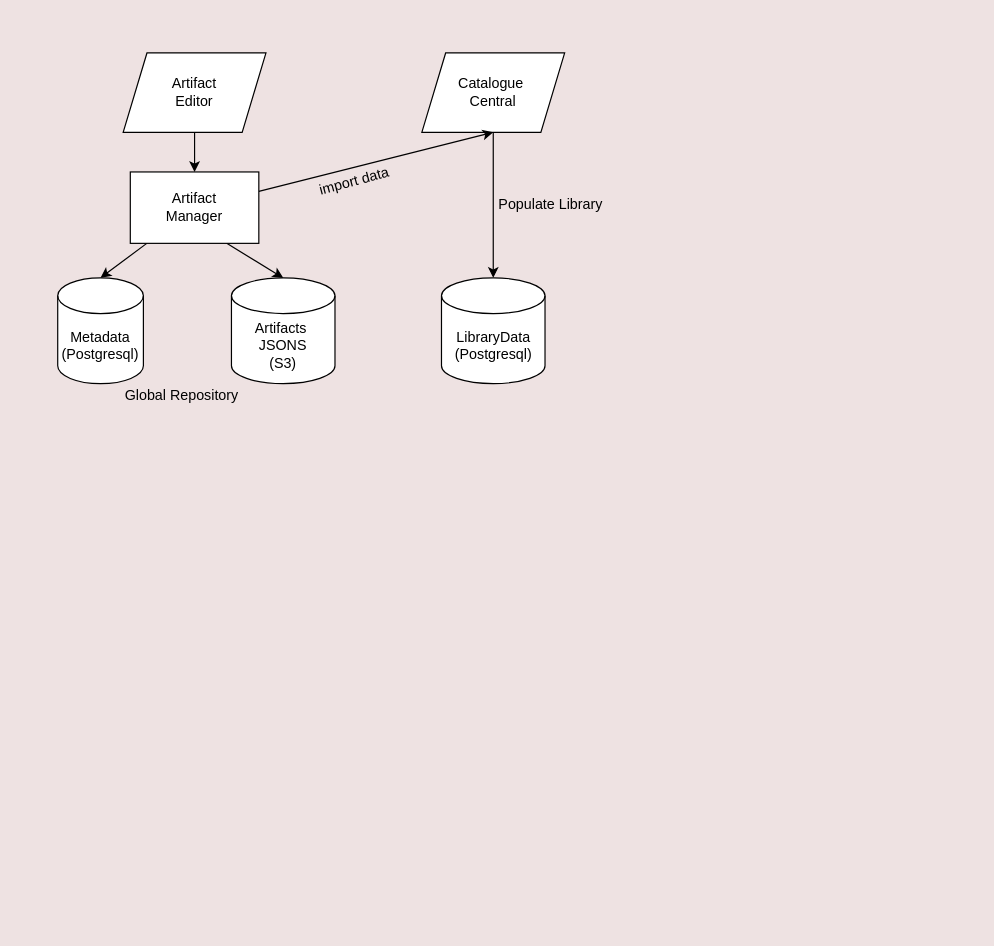
Above: page "Catalogue Central" (7 of 7) of LayeredArchitecture.drawio in ptrsoft/ptr-architectures-doc (draw.io), before the change. Source tidied: cells renumbered, new cells numbered last; positions are measured from the earlier drawing's top-left corner, leaving out a move shared by most shapes. Both pictures are drawn from the tidied source at 119%, with x=0, y=0 at pixel (57, 52).
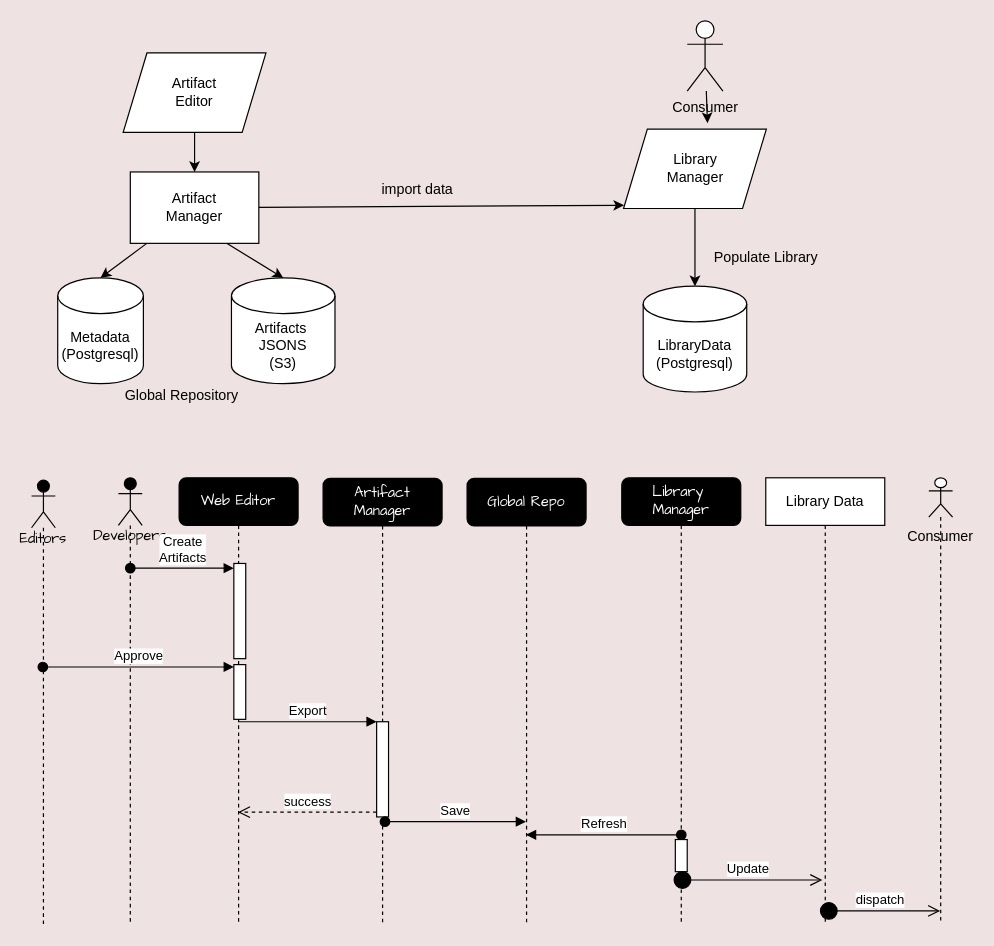
The same diagram, later.

The change refers to these unchanged cells:
```xml
<mxCell id="12" value="Artifact&lt;br&gt;Manager" style="whiteSpace=wrap;html=1;" parent="1" vertex="1">
  <mxGeometry x="61" y="100" width="108" height="60" as="geometry" />
</mxCell>
```

The edit, as a diff of the source:
```diff
@@
-    <mxCell id="4" value="Catalogue&amp;nbsp;&lt;br&gt;Central" style="shape=parallelogram;perimeter=parallelogramPerimeter;whiteSpace=wrap;html=1;fixedSize=1;" parent="1" vertex="1">
-      <mxGeometry x="306" width="120" height="66.7" as="geometry" />
+    <mxCell id="4" value="Library&lt;br&gt;Manager" style="shape=parallelogram;perimeter=parallelogramPerimeter;whiteSpace=wrap;html=1;fixedSize=1;" parent="1" vertex="1">
+      <mxGeometry x="475.5" y="64" width="120" height="66.7" as="geometry" />
     </mxCell>
@@
-    <mxCell id="8" value="import data" style="text;strokeColor=none;align=center;fillColor=none;html=1;verticalAlign=middle;whiteSpace=wrap;rounded=0;rotation=-15;" parent="1" vertex="1">
-      <mxGeometry x="195" y="93" width="109" height="30" as="geometry" />
+    <mxCell id="8" value="import data" style="text;strokeColor=none;align=center;fillColor=none;html=1;verticalAlign=middle;whiteSpace=wrap;rounded=0;rotation=0;" parent="1" vertex="1">
+      <mxGeometry x="248" y="100" width="109" height="30" as="geometry" />
     </mxCell>
@@
-    <mxCell id="11" style="edgeStyle=none;html=1;entryX=0.5;entryY=1;entryDx=0;entryDy=0;" parent="1" edge="1" source="12" target="4">
+    <mxCell id="11" style="edgeStyle=none;html=1;entryX=0.004;entryY=0.96;entryDx=0;entryDy=0;entryPerimeter=0;" parent="1" edge="1" source="12" target="4">
       <mxGeometry relative="1" as="geometry" />
     </mxCell>
@@
     <mxCell id="13" value="LibraryData&lt;br&gt;(Postgresql)" style="shape=cylinder3;whiteSpace=wrap;html=1;boundedLbl=1;backgroundOutline=1;size=15;" parent="1" vertex="1">
-      <mxGeometry x="322.5" y="189" width="87" height="88.9" as="geometry" />
+      <mxGeometry x="492" y="196" width="87" height="88.9" as="geometry" />
     </mxCell>
     <mxCell id="14" value="Populate Library" style="text;strokeColor=none;align=center;fillColor=none;html=1;verticalAlign=middle;whiteSpace=wrap;rounded=0;rotation=0;" parent="1" vertex="1">
-      <mxGeometry x="360" y="113" width="109" height="30" as="geometry" />
+      <mxGeometry x="541" y="157" width="109" height="30" as="geometry" />
     </mxCell>
@@
+    <mxCell id="16" style="group;" parent="1" vertex="1">
+      <mxGeometry x="-22" y="357" width="774" height="376" as="geometry" />
+    </mxCell>
+    <mxCell id="17" value="Developers" style="shape=umlLifeline;participant=umlActor;perimeter=lifelinePerimeter;whiteSpace=wrap;html=1;verticalAlign=top;spacingTop=36;outlineConnect=0;rounded=1;shadow=0;glass=0;sketch=0;fillStyle=solid;strokeColor=#000000;strokeWidth=1;fontFamily=Comic Sans MS;fontColor=#000000;fillColor=#000000;gradientColor=none;" parent="16" vertex="1">
+      <mxGeometry x="73" width="20" height="374" as="geometry" />
+    </mxCell>
+    <mxCell id="18" value="&lt;font color=&quot;#ffffff&quot;&gt;Web Editor&lt;/font&gt;" style="shape=umlLifeline;perimeter=lifelinePerimeter;whiteSpace=wrap;html=1;outlineConnect=0;rounded=1;shadow=0;glass=0;sketch=0;fillStyle=solid;strokeColor=#000000;strokeWidth=1;fontFamily=Comic Sans MS;fontColor=#000000;fillColor=#000000;gradientColor=none;" parent="16" vertex="1">
+      <mxGeometry x="124" width="100" height="373" as="geometry" />
+    </mxCell>
+    <mxCell id="19" style="html=1;points=[];perimeter=orthogonalPerimeter;" parent="18" vertex="1">
+      <mxGeometry x="46" y="72" width="10" height="80" as="geometry" />
+    </mxCell>
+    <mxCell id="20" style="html=1;points=[];perimeter=orthogonalPerimeter;" parent="18" vertex="1">
+      <mxGeometry x="46" y="157" width="10" height="46" as="geometry" />
+    </mxCell>
+    <mxCell id="21" value="Editors" style="shape=umlLifeline;participant=umlActor;perimeter=lifelinePerimeter;whiteSpace=wrap;html=1;verticalAlign=top;spacingTop=36;outlineConnect=0;rounded=1;shadow=0;glass=0;sketch=0;fillStyle=solid;strokeColor=#000000;strokeWidth=1;fontFamily=Comic Sans MS;fontColor=#000000;fillColor=#000000;gradientColor=none;" parent="16" vertex="1">
+      <mxGeometry y="2" width="20" height="374" as="geometry" />
+    </mxCell>
+    <mxCell id="22" value="&lt;font color=&quot;#ffffff&quot;&gt;Artifact Manager&lt;/font&gt;" style="shape=umlLifeline;perimeter=lifelinePerimeter;whiteSpace=wrap;html=1;rounded=1;shadow=0;glass=0;sketch=0;fillStyle=solid;strokeColor=#000000;strokeWidth=1;fontFamily=Comic Sans MS;fontColor=#000000;fillColor=#000000;gradientColor=none;" parent="16" vertex="1">
+      <mxGeometry x="245" y="0.5" width="100" height="373" as="geometry" />
+    </mxCell>
+    <mxCell id="23" style="html=1;points=[];perimeter=orthogonalPerimeter;" parent="22" vertex="1">
+      <mxGeometry x="45" y="204.5" width="10" height="80" as="geometry" />
+    </mxCell>
+    <mxCell id="24" value="Save" style="html=1;verticalAlign=bottom;startArrow=oval;startFill=1;endArrow=block;startSize=8;" parent="22" edge="1" target="25">
+      <mxGeometry relative="1" as="geometry">
+        <mxPoint x="52" y="288.5" as="sourcePoint" />
+      </mxGeometry>
+    </mxCell>
+    <mxCell id="25" value="&lt;font color=&quot;#ffffff&quot;&gt;Global Repo&lt;/font&gt;" style="shape=umlLifeline;perimeter=lifelinePerimeter;whiteSpace=wrap;html=1;outlineConnect=0;rounded=1;shadow=0;glass=0;sketch=0;fillStyle=solid;strokeColor=#000000;strokeWidth=1;fontFamily=Comic Sans MS;fontColor=#000000;fillColor=#000000;gradientColor=none;" parent="16" vertex="1">
+      <mxGeometry x="366" y="0.5" width="100" height="373" as="geometry" />
+    </mxCell>
+    <mxCell id="26" value="&lt;font color=&quot;#ffffff&quot;&gt;Library&amp;nbsp;&lt;br&gt;Manager&lt;br&gt;&lt;/font&gt;" style="shape=umlLifeline;perimeter=lifelinePerimeter;whiteSpace=wrap;html=1;rounded=1;shadow=0;glass=0;sketch=0;fillStyle=solid;strokeColor=#000000;strokeWidth=1;fontFamily=Comic Sans MS;fontColor=#000000;fillColor=#000000;gradientColor=none;" parent="16" vertex="1">
+      <mxGeometry x="496" width="100" height="374" as="geometry" />
+    </mxCell>
+    <mxCell id="27" value="Refresh" style="html=1;verticalAlign=bottom;startArrow=oval;startFill=1;endArrow=block;startSize=8;" parent="26" edge="1" target="25">
+      <mxGeometry relative="1" as="geometry">
+        <mxPoint x="50" y="300" as="sourcePoint" />
+      </mxGeometry>
+    </mxCell>
+    <mxCell id="28" style="html=1;perimeter=orthogonalPerimeter;" parent="26" vertex="1">
+      <mxGeometry x="45" y="304" width="10" height="27" as="geometry" />
+    </mxCell>
+    <mxCell id="29" value="Update" style="html=1;verticalAlign=bottom;startArrow=circle;startFill=1;endArrow=open;startSize=6;endSize=8;" parent="26" edge="1">
+      <mxGeometry relative="1" as="geometry">
+        <mxPoint x="43" y="338" as="sourcePoint" />
+        <mxPoint x="168.5" y="338" as="targetPoint" />
+        <Array as="points">
+          <mxPoint x="78" y="338" />
+        </Array>
+      </mxGeometry>
+    </mxCell>
+    <mxCell id="30" value="Library Data" style="shape=umlLifeline;perimeter=lifelinePerimeter;whiteSpace=wrap;html=1;" parent="16" vertex="1">
+      <mxGeometry x="617" width="100" height="373" as="geometry" />
+    </mxCell>
+    <mxCell id="31" value="dispatch" style="html=1;verticalAlign=bottom;startArrow=circle;startFill=1;endArrow=open;startSize=6;endSize=8;" parent="30" edge="1" target="32">
+      <mxGeometry relative="1" as="geometry">
+        <mxPoint x="45" y="364" as="sourcePoint" />
+      </mxGeometry>
+    </mxCell>
+    <mxCell id="32" value="Consumer" style="shape=umlLifeline;participant=umlActor;perimeter=lifelinePerimeter;whiteSpace=wrap;html=1;verticalAlign=top;spacingTop=36;outlineConnect=0;size=33;" parent="16" vertex="1">
+      <mxGeometry x="754" width="20" height="373" as="geometry" />
+    </mxCell>
+    <mxCell id="33" value="Create&lt;br&gt;Artifacts" style="html=1;verticalAlign=bottom;startArrow=oval;endArrow=block;startSize=8;exitX=0.5;exitY=0.203;exitDx=0;exitDy=0;exitPerimeter=0;" parent="16" edge="1" source="17" target="19">
+      <mxGeometry relative="1" as="geometry" />
+    </mxCell>
+    <mxCell id="34" value="Export" style="html=1;verticalAlign=bottom;endArrow=block;entryX=0;entryY=0;" parent="16" edge="1" source="18" target="23">
+      <mxGeometry relative="1" as="geometry" />
+    </mxCell>
+    <mxCell id="35" value="success" style="html=1;verticalAlign=bottom;endArrow=open;dashed=1;endSize=8;exitX=0;exitY=0.95;" parent="16" edge="1" source="23" target="18">
+      <mxGeometry relative="1" as="geometry" />
+    </mxCell>
+    <mxCell id="36" value="Approve" style="html=1;verticalAlign=bottom;startArrow=oval;endArrow=block;startSize=8;" parent="16" edge="1" source="21" target="20">
+      <mxGeometry relative="1" as="geometry">
+        <Array as="points">
+          <mxPoint x="120" y="159" />
+        </Array>
+      </mxGeometry>
+    </mxCell>
+    <mxCell id="37" style="edgeStyle=none;html=1;" parent="1" edge="1" source="38">
+      <mxGeometry relative="1" as="geometry">
+        <mxPoint x="546" y="59" as="targetPoint" />
+      </mxGeometry>
+    </mxCell>
+    <mxCell id="38" value="Consumer" style="shape=umlActor;verticalLabelPosition=bottom;verticalAlign=top;html=1;" parent="1" vertex="1">
+      <mxGeometry x="529" y="-27" width="30" height="59" as="geometry" />
+    </mxCell>
```
